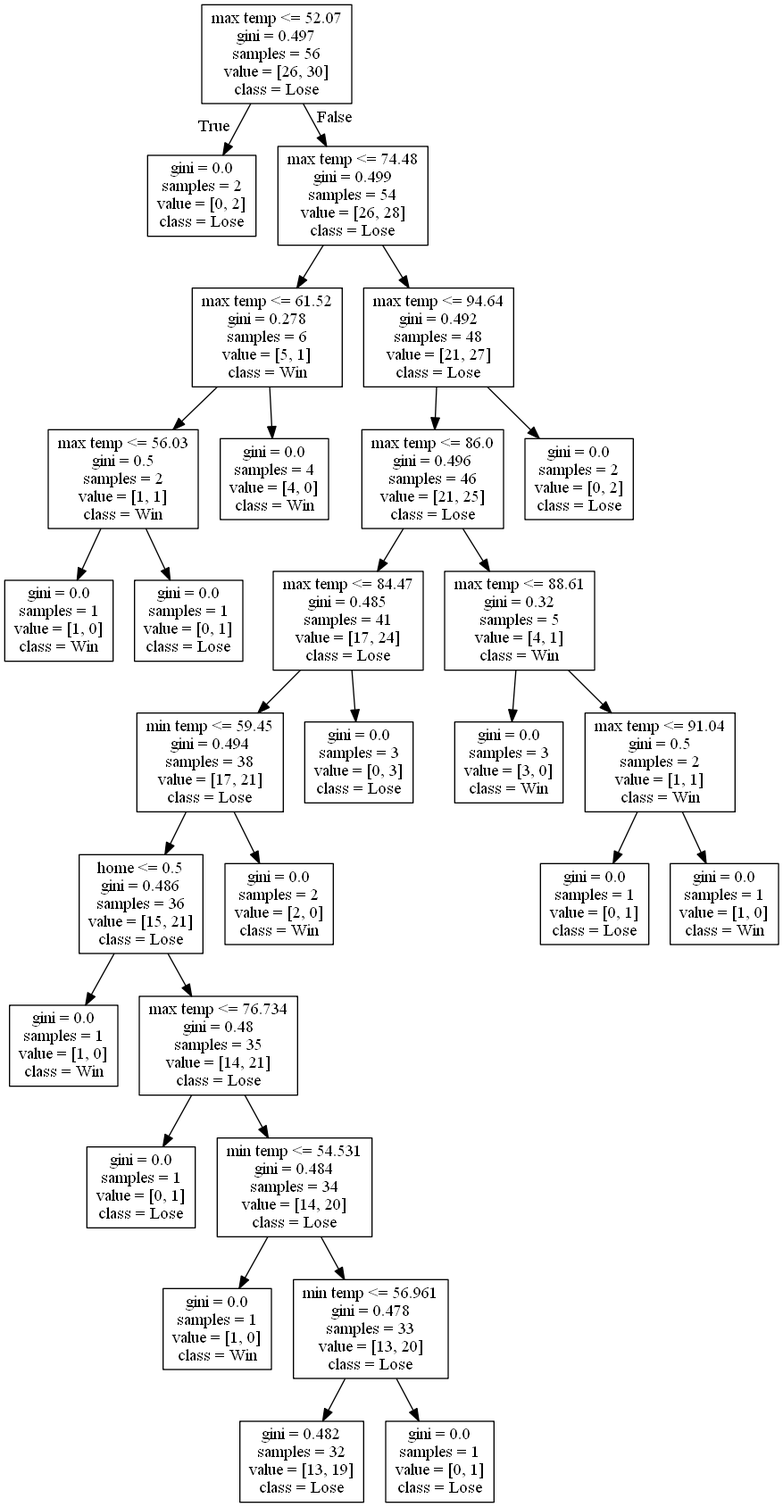
Earlier version of the Graphviz export DecisionTrees/decision_tree_no_score_or_attendance15.png (alexana-steck/CSE482Project). Its source is kept beside it as DecisionTrees/decision_tree_no_score_or_attendance15.dot. Source of this version:
```dot
digraph Tree {
node [shape=box] ;
0 [label="max temp <= 52.07\ngini = 0.497\nsamples = 56\nvalue = [26, 30]\nclass = Lose"] ;
1 [label="gini = 0.0\nsamples = 2\nvalue = [0, 2]\nclass = Lose"] ;
0 -> 1 [labeldistance=2.5, labelangle=45, headlabel="True"] ;
2 [label="max temp <= 74.48\ngini = 0.499\nsamples = 54\nvalue = [26, 28]\nclass = Lose"] ;
0 -> 2 [labeldistance=2.5, labelangle=-45, headlabel="False"] ;
3 [label="max temp <= 61.52\ngini = 0.278\nsamples = 6\nvalue = [5, 1]\nclass = Win"] ;
2 -> 3 ;
4 [label="max temp <= 56.03\ngini = 0.5\nsamples = 2\nvalue = [1, 1]\nclass = Win"] ;
3 -> 4 ;
5 [label="gini = 0.0\nsamples = 1\nvalue = [1, 0]\nclass = Win"] ;
4 -> 5 ;
6 [label="gini = 0.0\nsamples = 1\nvalue = [0, 1]\nclass = Lose"] ;
4 -> 6 ;
7 [label="gini = 0.0\nsamples = 4\nvalue = [4, 0]\nclass = Win"] ;
3 -> 7 ;
8 [label="max temp <= 94.64\ngini = 0.492\nsamples = 48\nvalue = [21, 27]\nclass = Lose"] ;
2 -> 8 ;
9 [label="max temp <= 86.0\ngini = 0.496\nsamples = 46\nvalue = [21, 25]\nclass = Lose"] ;
8 -> 9 ;
10 [label="max temp <= 84.47\ngini = 0.485\nsamples = 41\nvalue = [17, 24]\nclass = Lose"] ;
9 -> 10 ;
11 [label="min temp <= 59.45\ngini = 0.494\nsamples = 38\nvalue = [17, 21]\nclass = Lose"] ;
10 -> 11 ;
12 [label="home <= 0.5\ngini = 0.486\nsamples = 36\nvalue = [15, 21]\nclass = Lose"] ;
11 -> 12 ;
13 [label="gini = 0.0\nsamples = 1\nvalue = [1, 0]\nclass = Win"] ;
12 -> 13 ;
14 [label="max temp <= 76.734\ngini = 0.48\nsamples = 35\nvalue = [14, 21]\nclass = Lose"] ;
12 -> 14 ;
15 [label="gini = 0.0\nsamples = 1\nvalue = [0, 1]\nclass = Lose"] ;
14 -> 15 ;
16 [label="min temp <= 54.531\ngini = 0.484\nsamples = 34\nvalue = [14, 20]\nclass = Lose"] ;
14 -> 16 ;
17 [label="gini = 0.0\nsamples = 1\nvalue = [1, 0]\nclass = Win"] ;
16 -> 17 ;
18 [label="min temp <= 56.961\ngini = 0.478\nsamples = 33\nvalue = [13, 20]\nclass = Lose"] ;
16 -> 18 ;
19 [label="gini = 0.482\nsamples = 32\nvalue = [13, 19]\nclass = Lose"] ;
18 -> 19 ;
20 [label="gini = 0.0\nsamples = 1\nvalue = [0, 1]\nclass = Lose"] ;
18 -> 20 ;
21 [label="gini = 0.0\nsamples = 2\nvalue = [2, 0]\nclass = Win"] ;
11 -> 21 ;
22 [label="gini = 0.0\nsamples = 3\nvalue = [0, 3]\nclass = Lose"] ;
10 -> 22 ;
23 [label="max temp <= 88.61\ngini = 0.32\nsamples = 5\nvalue = [4, 1]\nclass = Win"] ;
9 -> 23 ;
24 [label="gini = 0.0\nsamples = 3\nvalue = [3, 0]\nclass = Win"] ;
23 -> 24 ;
25 [label="max temp <= 91.04\ngini = 0.5\nsamples = 2\nvalue = [1, 1]\nclass = Win"] ;
23 -> 25 ;
26 [label="gini = 0.0\nsamples = 1\nvalue = [0, 1]\nclass = Lose"] ;
25 -> 26 ;
27 [label="gini = 0.0\nsamples = 1\nvalue = [1, 0]\nclass = Win"] ;
25 -> 27 ;
28 [label="gini = 0.0\nsamples = 2\nvalue = [0, 2]\nclass = Lose"] ;
8 -> 28 ;
}
```
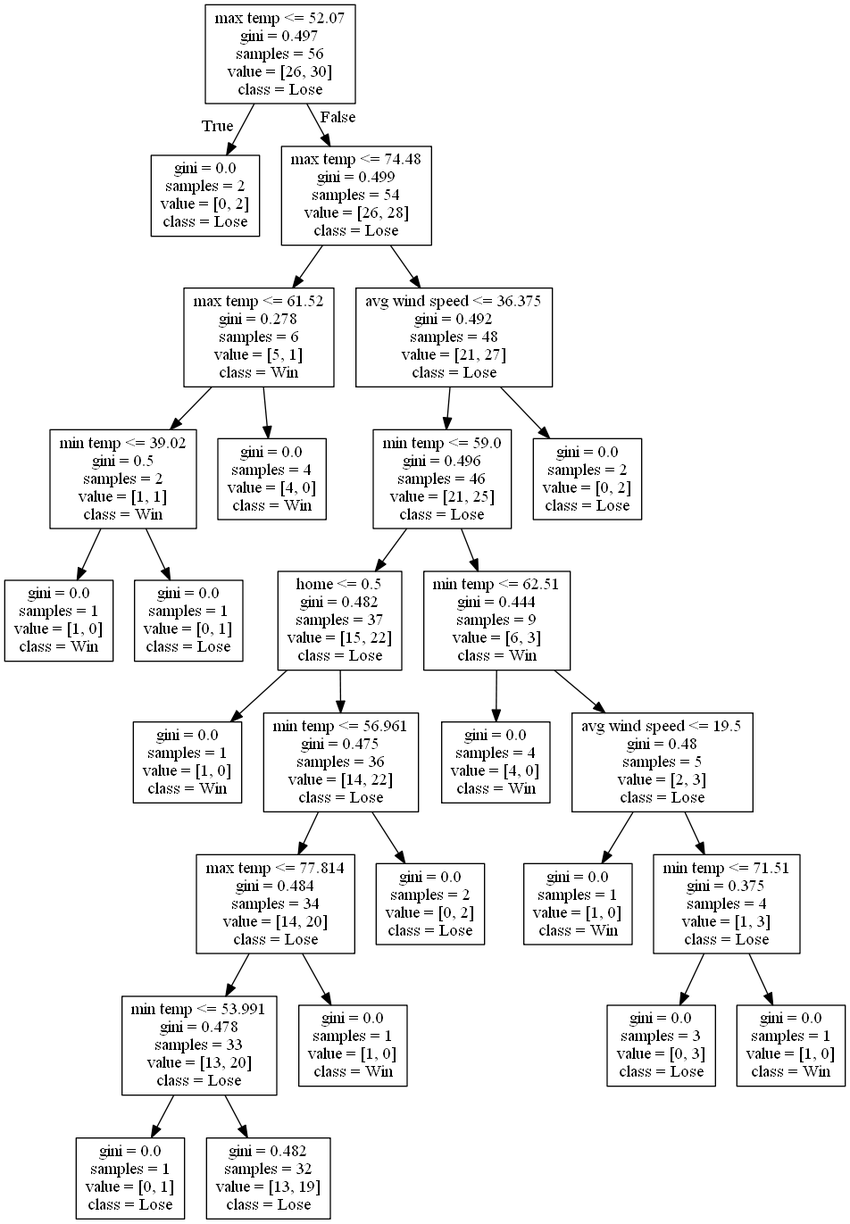
After the commit.

Change to the diagram source:
```diff
@@ -7,7 +7,7 @@
 0 -> 2 [labeldistance=2.5, labelangle=-45, headlabel="False"] ;
 3 [label="max temp <= 61.52\ngini = 0.278\nsamples = 6\nvalue = [5, 1]\nclass = Win"] ;
 2 -> 3 ;
-4 [label="max temp <= 56.03\ngini = 0.5\nsamples = 2\nvalue = [1, 1]\nclass = Win"] ;
+4 [label="min temp <= 39.02\ngini = 0.5\nsamples = 2\nvalue = [1, 1]\nclass = Win"] ;
 3 -> 4 ;
 5 [label="gini = 0.0\nsamples = 1\nvalue = [1, 0]\nclass = Win"] ;
 4 -> 5 ;
@@ -15,46 +15,42 @@
 4 -> 6 ;
 7 [label="gini = 0.0\nsamples = 4\nvalue = [4, 0]\nclass = Win"] ;
 3 -> 7 ;
-8 [label="max temp <= 94.64\ngini = 0.492\nsamples = 48\nvalue = [21, 27]\nclass = Lose"] ;
+8 [label="avg wind speed <= 36.375\ngini = 0.492\nsamples = 48\nvalue = [21, 27]\nclass = Lose"] ;
 2 -> 8 ;
-9 [label="max temp <= 86.0\ngini = 0.496\nsamples = 46\nvalue = [21, 25]\nclass = Lose"] ;
+9 [label="min temp <= 59.0\ngini = 0.496\nsamples = 46\nvalue = [21, 25]\nclass = Lose"] ;
 8 -> 9 ;
-10 [label="max temp <= 84.47\ngini = 0.485\nsamples = 41\nvalue = [17, 24]\nclass = Lose"] ;
+10 [label="home <= 0.5\ngini = 0.482\nsamples = 37\nvalue = [15, 22]\nclass = Lose"] ;
 9 -> 10 ;
-11 [label="min temp <= 59.45\ngini = 0.494\nsamples = 38\nvalue = [17, 21]\nclass = Lose"] ;
+11 [label="gini = 0.0\nsamples = 1\nvalue = [1, 0]\nclass = Win"] ;
 10 -> 11 ;
-12 [label="home <= 0.5\ngini = 0.486\nsamples = 36\nvalue = [15, 21]\nclass = Lose"] ;
-11 -> 12 ;
-13 [label="gini = 0.0\nsamples = 1\nvalue = [1, 0]\nclass = Win"] ;
+12 [label="min temp <= 56.961\ngini = 0.475\nsamples = 36\nvalue = [14, 22]\nclass = Lose"] ;
+10 -> 12 ;
+13 [label="max temp <= 77.814\ngini = 0.484\nsamples = 34\nvalue = [14, 20]\nclass = Lose"] ;
 12 -> 13 ;
-14 [label="max temp <= 76.734\ngini = 0.48\nsamples = 35\nvalue = [14, 21]\nclass = Lose"] ;
-12 -> 14 ;
+14 [label="min temp <= 53.991\ngini = 0.478\nsamples = 33\nvalue = [13, 20]\nclass = Lose"] ;
+13 -> 14 ;
 15 [label="gini = 0.0\nsamples = 1\nvalue = [0, 1]\nclass = Lose"] ;
 14 -> 15 ;
-16 [label="min temp <= 54.531\ngini = 0.484\nsamples = 34\nvalue = [14, 20]\nclass = Lose"] ;
+16 [label="gini = 0.482\nsamples = 32\nvalue = [13, 19]\nclass = Lose"] ;
 14 -> 16 ;
 17 [label="gini = 0.0\nsamples = 1\nvalue = [1, 0]\nclass = Win"] ;
-16 -> 17 ;
-18 [label="min temp <= 56.961\ngini = 0.478\nsamples = 33\nvalue = [13, 20]\nclass = Lose"] ;
-16 -> 18 ;
-19 [label="gini = 0.482\nsamples = 32\nvalue = [13, 19]\nclass = Lose"] ;
-18 -> 19 ;
-20 [label="gini = 0.0\nsamples = 1\nvalue = [0, 1]\nclass = Lose"] ;
-18 -> 20 ;
-21 [label="gini = 0.0\nsamples = 2\nvalue = [2, 0]\nclass = Win"] ;
-11 -> 21 ;
-22 [label="gini = 0.0\nsamples = 3\nvalue = [0, 3]\nclass = Lose"] ;
-10 -> 22 ;
-23 [label="max temp <= 88.61\ngini = 0.32\nsamples = 5\nvalue = [4, 1]\nclass = Win"] ;
-9 -> 23 ;
-24 [label="gini = 0.0\nsamples = 3\nvalue = [3, 0]\nclass = Win"] ;
+13 -> 17 ;
+18 [label="gini = 0.0\nsamples = 2\nvalue = [0, 2]\nclass = Lose"] ;
+12 -> 18 ;
+19 [label="min temp <= 62.51\ngini = 0.444\nsamples = 9\nvalue = [6, 3]\nclass = Win"] ;
+9 -> 19 ;
+20 [label="gini = 0.0\nsamples = 4\nvalue = [4, 0]\nclass = Win"] ;
+19 -> 20 ;
+21 [label="avg wind speed <= 19.5\ngini = 0.48\nsamples = 5\nvalue = [2, 3]\nclass = Lose"] ;
+19 -> 21 ;
+22 [label="gini = 0.0\nsamples = 1\nvalue = [1, 0]\nclass = Win"] ;
+21 -> 22 ;
+23 [label="min temp <= 71.51\ngini = 0.375\nsamples = 4\nvalue = [1, 3]\nclass = Lose"] ;
+21 -> 23 ;
+24 [label="gini = 0.0\nsamples = 3\nvalue = [0, 3]\nclass = Lose"] ;
 23 -> 24 ;
-25 [label="max temp <= 91.04\ngini = 0.5\nsamples = 2\nvalue = [1, 1]\nclass = Win"] ;
+25 [label="gini = 0.0\nsamples = 1\nvalue = [1, 0]\nclass = Win"] ;
 23 -> 25 ;
-26 [label="gini = 0.0\nsamples = 1\nvalue = [0, 1]\nclass = Lose"] ;
-25 -> 26 ;
-27 [label="gini = 0.0\nsamples = 1\nvalue = [1, 0]\nclass = Win"] ;
-25 -> 27 ;
-28 [label="gini = 0.0\nsamples = 2\nvalue = [0, 2]\nclass = Lose"] ;
-8 -> 28 ;
+26 [label="gini = 0.0\nsamples = 2\nvalue = [0, 2]\nclass = Lose"] ;
+8 -> 26 ;
 }
```
